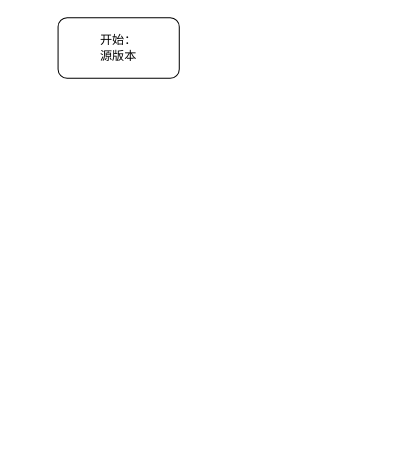
The draw.io diagram netapp升级一览图.drawio in lrAltas/DrwaIO, before the edit. Source tidied: cells renumbered, new cells numbered last; positions are measured from the earlier drawing's top-left corner, leaving out a move shared by most shapes. Both pictures are drawn from the tidied source at 101%, with x=0, y=0 at pixel (58, 17).
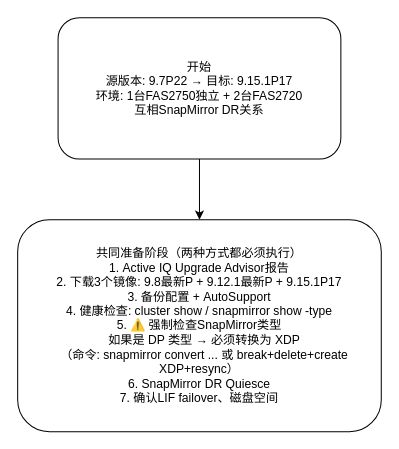
Above is the later version.

Commit message:
更新netapp升级一览图.drawio

Change to the diagram source:
```diff
@@
 <mxGraphModel>
   <root>
     <mxCell id="0" />
     <mxCell id="1" parent="0" />
+    <mxCell id="3" style="edgeStyle=orthogonalEdgeStyle;rounded=0;jettySize=auto;html=1;entryX=0.5;entryY=0;entryDx=0;entryDy=0;" parent="1" edge="1" source="2" target="4">
+      <mxGeometry relative="1" as="geometry" />
+    </mxCell>
-    <mxCell id="2" value="&lt;div&gt;开始：&lt;/div&gt;&lt;div&gt;源版本&lt;/div&gt;" style="rounded=1;whiteSpace=wrap;html=1;" parent="1" vertex="1">
-      <mxGeometry width="120" height="60" as="geometry" />
+    <mxCell id="2" value="开始&lt;br&gt;源版本: 9.7P22 → 目标: 9.15.1P17&lt;br&gt;环境: 1台FAS2750独立 + 2台FAS2720&lt;br&gt;互相SnapMirror DR关系" style="rounded=1;whiteSpace=wrap;html=1;" parent="1" vertex="1">
+      <mxGeometry width="280" height="140" as="geometry" />
     </mxCell>
+    <mxCell id="4" value="共同准备阶段（两种方式都必须执行）&lt;br&gt;1. Active IQ Upgrade Advisor报告&lt;br&gt;2. 下载3个镜像: 9.8最新P + 9.12.1最新P + 9.15.1P17&lt;br&gt;3. 备份配置 + AutoSupport&lt;br&gt;4. 健康检查: cluster show / snapmirror show -type&lt;br&gt;5. ⚠️ 强制检查SnapMirror类型&lt;br&gt;&amp;nbsp; &amp;nbsp;如果是 DP 类型 → 必须转换为 XDP&lt;br&gt;&amp;nbsp; &amp;nbsp;（命令: snapmirror convert ... 或 break+delete+create XDP+resync）&lt;br&gt;6. SnapMirror DR Quiesce&lt;br&gt;7. 确认LIF failover、磁盘空间" style="rounded=1;whiteSpace=wrap;html=1;" parent="1" vertex="1">
+      <mxGeometry x="-40" y="200" width="360" height="210" as="geometry" />
+    </mxCell>
   </root>
 </mxGraphModel>
```
